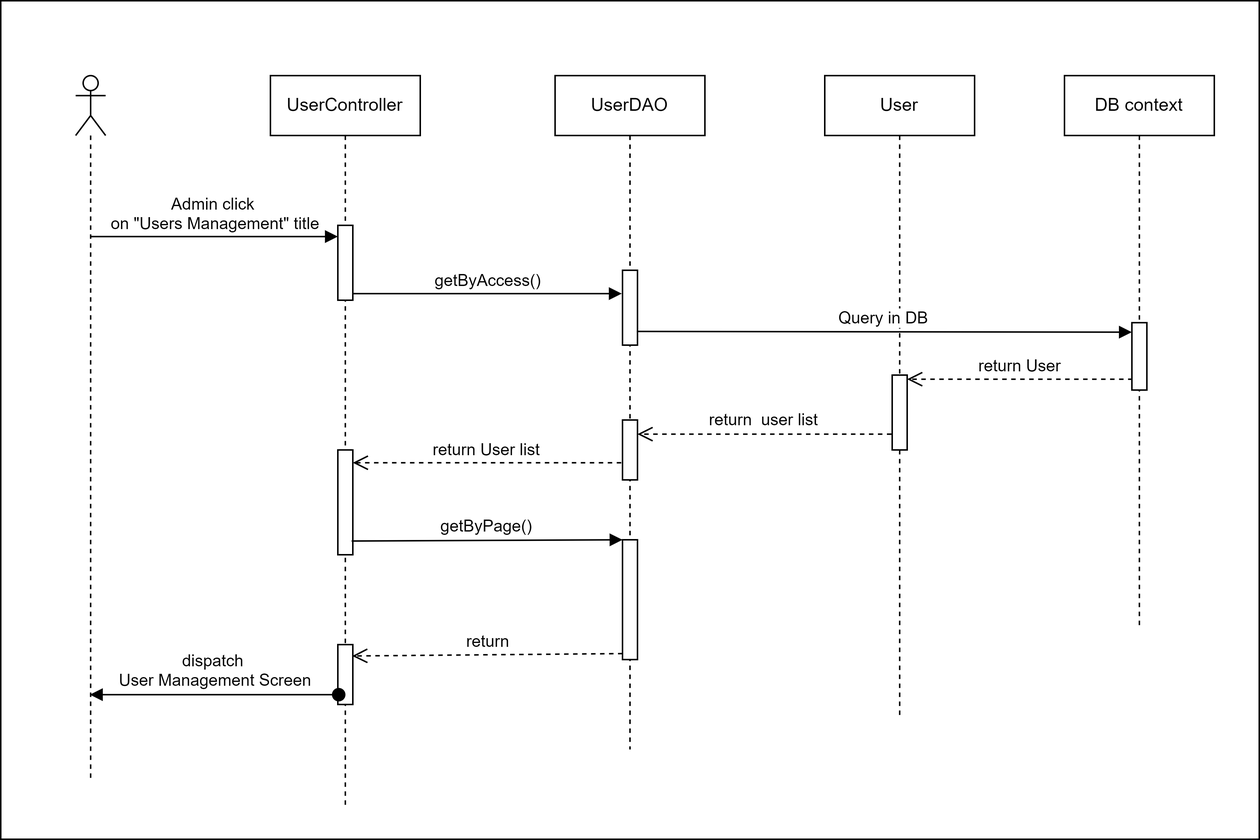
The draw.io diagram pic/te2-Trang-2.drawio.png in baspdd/desktop-tutorial, before a commit. Source tidied: cells renumbered, new cells last; positions are measured from the earlier drawing's top-left corner, leaving out a move shared by most shapes.
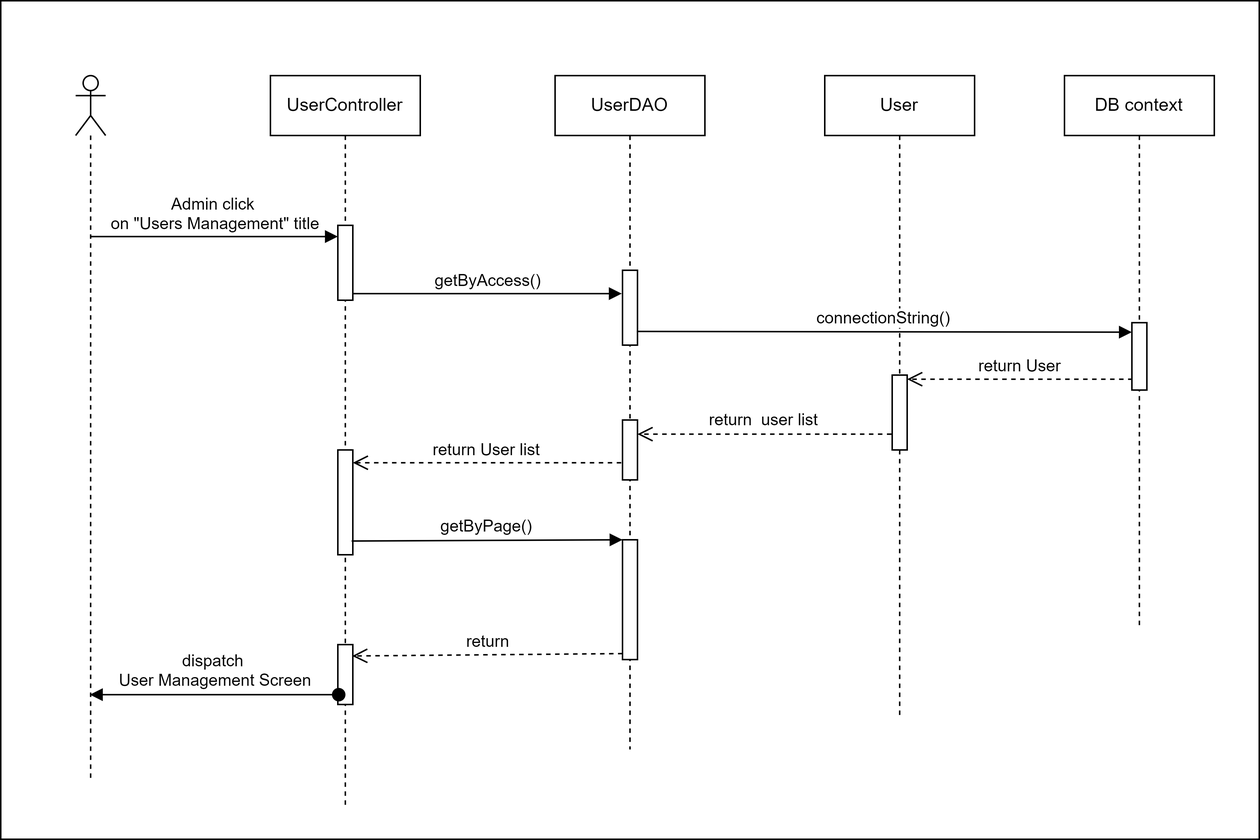
After the change.

Diff of the diagram source:
```diff
@@ -50,7 +50,7 @@
     <mxCell id="17" value="getByAccess()" style="html=1;verticalAlign=bottom;endArrow=block;rounded=0;exitX=0.995;exitY=0.912;exitDx=0;exitDy=0;exitPerimeter=0;entryX=-0.052;entryY=0.312;entryDx=0;entryDy=0;entryPerimeter=0;" parent="1" edge="1" source="5" target="9">
       <mxGeometry relative="1" as="geometry" />
     </mxCell>
-    <mxCell id="18" value="Query in DB" style="html=1;verticalAlign=bottom;endArrow=block;rounded=0;exitX=0.948;exitY=0.817;exitDx=0;exitDy=0;exitPerimeter=0;entryX=-0.005;entryY=0.141;entryDx=0;entryDy=0;entryPerimeter=0;" parent="1" edge="1" source="9" target="15">
+    <mxCell id="18" value="connectionString()" style="html=1;verticalAlign=bottom;endArrow=block;rounded=0;exitX=0.948;exitY=0.817;exitDx=0;exitDy=0;exitPerimeter=0;entryX=-0.005;entryY=0.141;entryDx=0;entryDy=0;entryPerimeter=0;" parent="1" edge="1" source="9" target="15">
       <mxGeometry relative="1" as="geometry" />
     </mxCell>
     <mxCell id="19" value="return User" style="html=1;verticalAlign=bottom;endArrow=open;dashed=1;endSize=8;rounded=0;exitX=0.043;exitY=0.839;exitDx=0;exitDy=0;exitPerimeter=0;" parent="1" edge="1" source="15" target="13">
```
